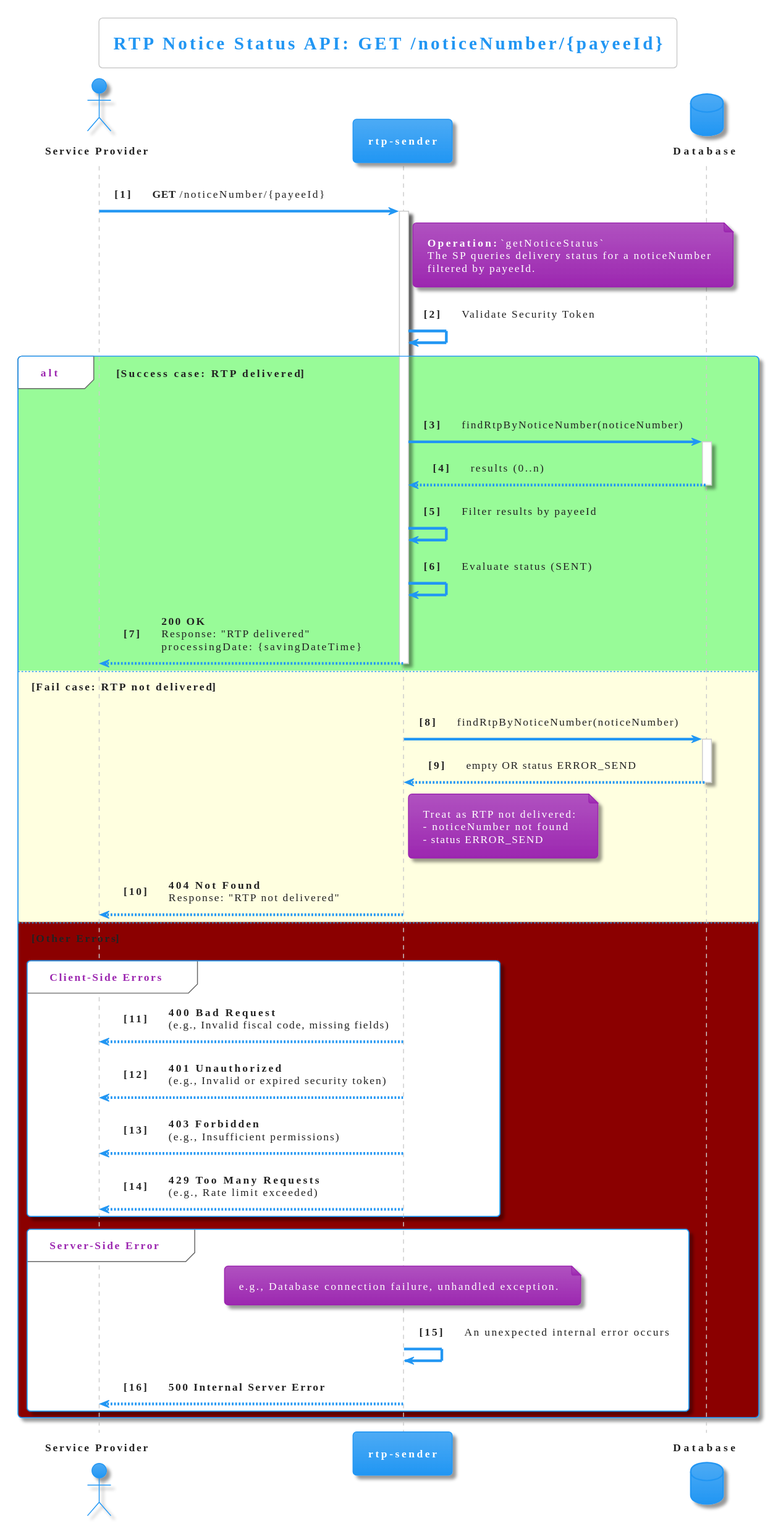
pagopa/rtp-docs keeps this PlantUML diagram as diagrams/rtp-notice-status.svg. Above is the earlier version.
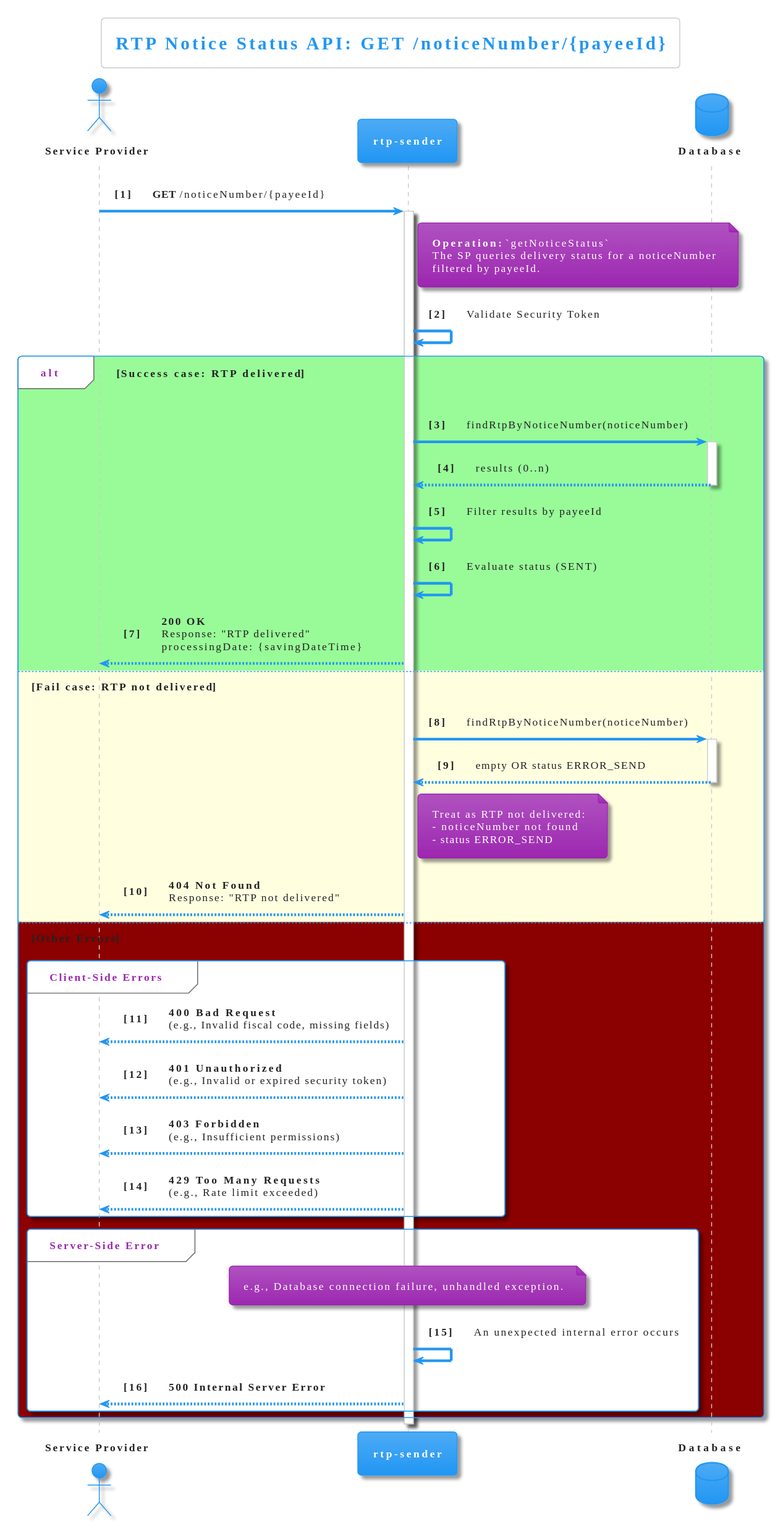
After the commit.

The edit, as a diff of the source:
```diff
@@ -32,7 +32,6 @@
     RS -> RS: Evaluate status (SENT)
 
     RS --> SP: **200 OK**\nResponse: "RTP delivered"\nprocessingDate: {savingDateTime}
-    deactivate RS
 
 else #lightyellow **Fail case: RTP not delivered**
 
@@ -48,7 +47,6 @@
     end note
 
     RS --> SP: **404 Not Found**\nResponse: "RTP not delivered"
-    deactivate RS
 
 else #darkred **Other Errors**
 
@@ -65,7 +63,7 @@
          RS --> SP: **500 Internal Server Error**
     end group
 
-    deactivate RS
+end
 
-end
+deactivate RS
 @enduml
```
